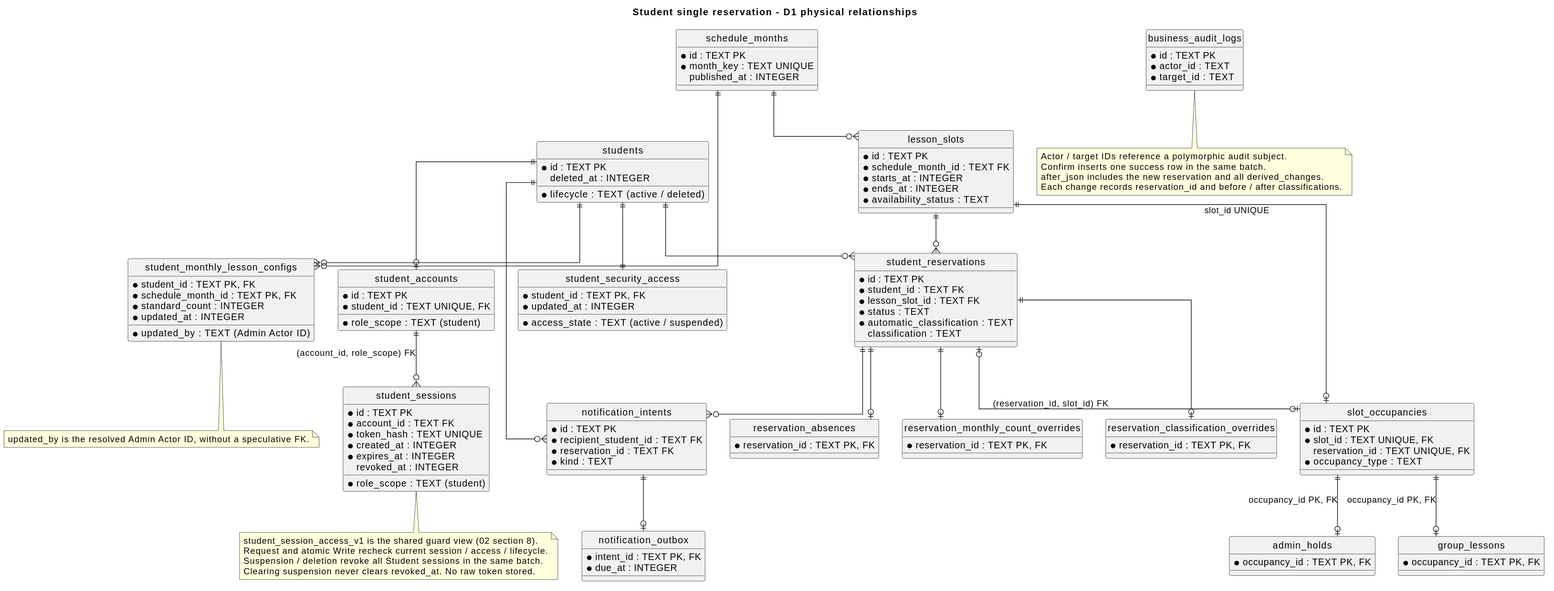
This is docs/diagrams/rendered/student-reservation-d1-er.svg from suzukure/nssscdl, a PlantUML export, as it was before one commit. Source of this version:
```plantuml
@startuml
title Student single reservation - D1 physical relationships
hide circle
skinparam linetype ortho

entity students {
  * id : TEXT PK
  * lifecycle : TEXT (active / deleted)
  deleted_at : INTEGER
}
entity student_security_access {
  * student_id : TEXT PK, FK
  * access_state : TEXT (active / suspended)
  * updated_at : INTEGER
}
entity student_accounts {
  * id : TEXT PK
  * student_id : TEXT UNIQUE, FK
  * role_scope : TEXT (student)
}
entity student_sessions {
  * id : TEXT PK
  * account_id : TEXT FK
  * role_scope : TEXT (student)
  * token_hash : TEXT UNIQUE
  * created_at : INTEGER
  * expires_at : INTEGER
  revoked_at : INTEGER
}
entity schedule_months {
  * id : TEXT PK
  * month_key : TEXT UNIQUE
  published_at : INTEGER
}
entity lesson_slots {
  * id : TEXT PK
  * schedule_month_id : TEXT FK
  * starts_at : INTEGER
  * ends_at : INTEGER
  * availability_status : TEXT
}
entity student_monthly_lesson_configs {
  * student_id : TEXT PK, FK
  * schedule_month_id : TEXT PK, FK
  * standard_count : INTEGER
  * updated_at : INTEGER
  * updated_by : TEXT (Admin Actor ID)
}
entity student_reservations {
  * id : TEXT PK
  * student_id : TEXT FK
  * lesson_slot_id : TEXT FK
  * status : TEXT
  * automatic_classification : TEXT
  classification : TEXT
}
entity slot_occupancies {
  * id : TEXT PK
  * slot_id : TEXT UNIQUE, FK
  reservation_id : TEXT UNIQUE, FK
  * occupancy_type : TEXT
}
entity admin_holds {
  * occupancy_id : TEXT PK, FK
}
entity group_lessons {
  * occupancy_id : TEXT PK, FK
}
entity reservation_absences {
  * reservation_id : TEXT PK, FK
}
entity reservation_monthly_count_overrides {
  * reservation_id : TEXT PK, FK
}
entity reservation_classification_overrides {
  * reservation_id : TEXT PK, FK
}
entity notification_intents {
  * id : TEXT PK
  * recipient_student_id : TEXT FK
  * reservation_id : TEXT FK
  * kind : TEXT
}
entity notification_outbox {
  * intent_id : TEXT PK, FK
  * due_at : INTEGER
}
entity business_audit_logs {
  * id : TEXT PK
  * actor_id : TEXT
  * target_id : TEXT
}

students ||--|| student_security_access
students ||--o| student_accounts
student_accounts ||--o{ student_sessions : "(account_id, role_scope) FK"
students ||--o{ student_reservations
students ||--o{ student_monthly_lesson_configs
students ||--o{ notification_intents
schedule_months ||--o{ lesson_slots
schedule_months ||--o{ student_monthly_lesson_configs
lesson_slots ||--o{ student_reservations
lesson_slots ||--o| slot_occupancies : "slot_id UNIQUE"
slot_occupancies ||--o| admin_holds : "occupancy_id PK, FK"
slot_occupancies ||--o| group_lessons : "occupancy_id PK, FK"
student_reservations |o--o| slot_occupancies : "(reservation_id, slot_id) FK"
student_reservations ||--o| reservation_absences
student_reservations ||--o| reservation_monthly_count_overrides
student_reservations ||--o| reservation_classification_overrides
student_reservations ||--o{ notification_intents
notification_intents ||--o| notification_outbox

note bottom of student_sessions
  student_session_access_v1 is the shared guard view (02 section 8).
  Request and atomic Write recheck current session / access / lifecycle.
  Suspension / deletion revoke all Student sessions in the same batch.
  Clearing suspension never clears revoked_at. No raw token stored.
end note
note bottom of business_audit_logs
  Actor / target IDs reference a polymorphic audit subject.
  Confirm inserts one success row in the same batch.
  after_json includes the new reservation and all derived_changes.
  Each change records reservation_id and before / after classifications.
end note
note bottom of student_monthly_lesson_configs
  updated_by is the resolved Admin Actor ID, without a speculative FK.
end note
@enduml
```
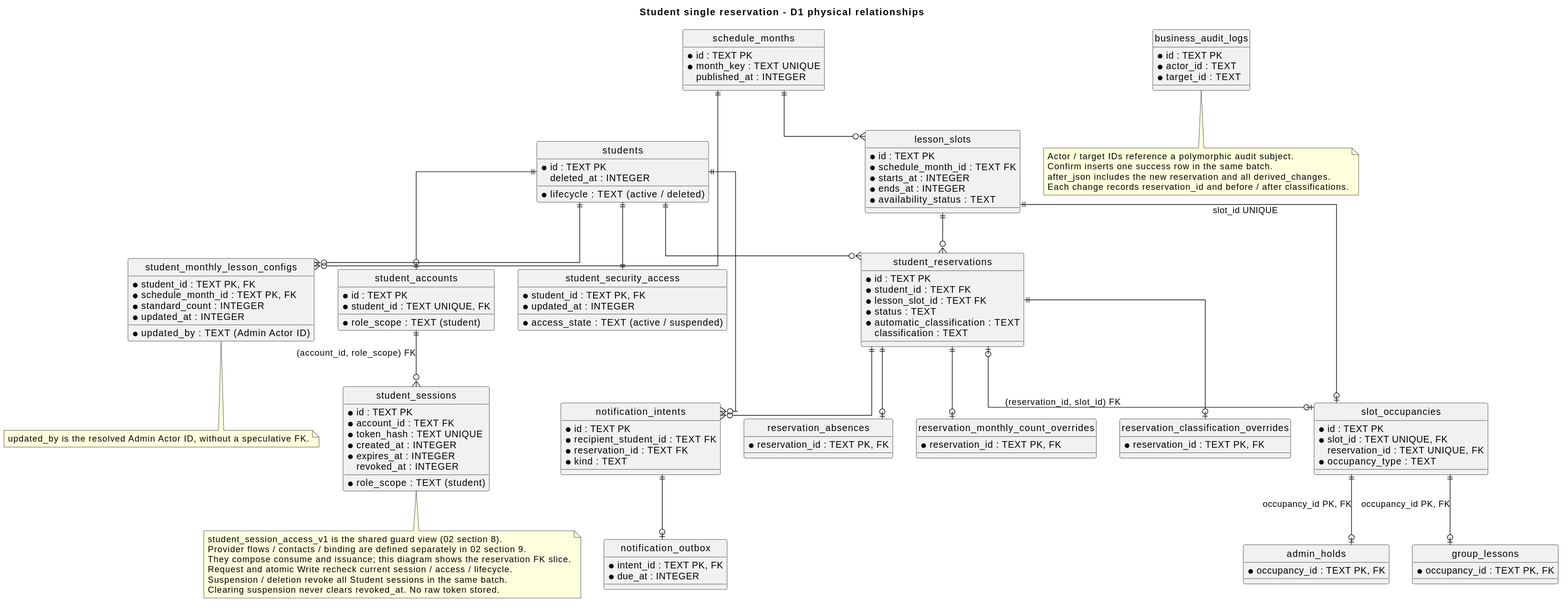
The same diagram one commit later.

What changed in the source:
```diff
@@ -112,6 +112,8 @@
 
 note bottom of student_sessions
   student_session_access_v1 is the shared guard view (02 section 8).
+  Provider flows / contacts / binding are defined separately in 02 section 9.
+  They compose consume and issuance; this diagram shows the reservation FK slice.
   Request and atomic Write recheck current session / access / lifecycle.
   Suspension / deletion revoke all Student sessions in the same batch.
   Clearing suspension never clears revoked_at. No raw token stored.
```
